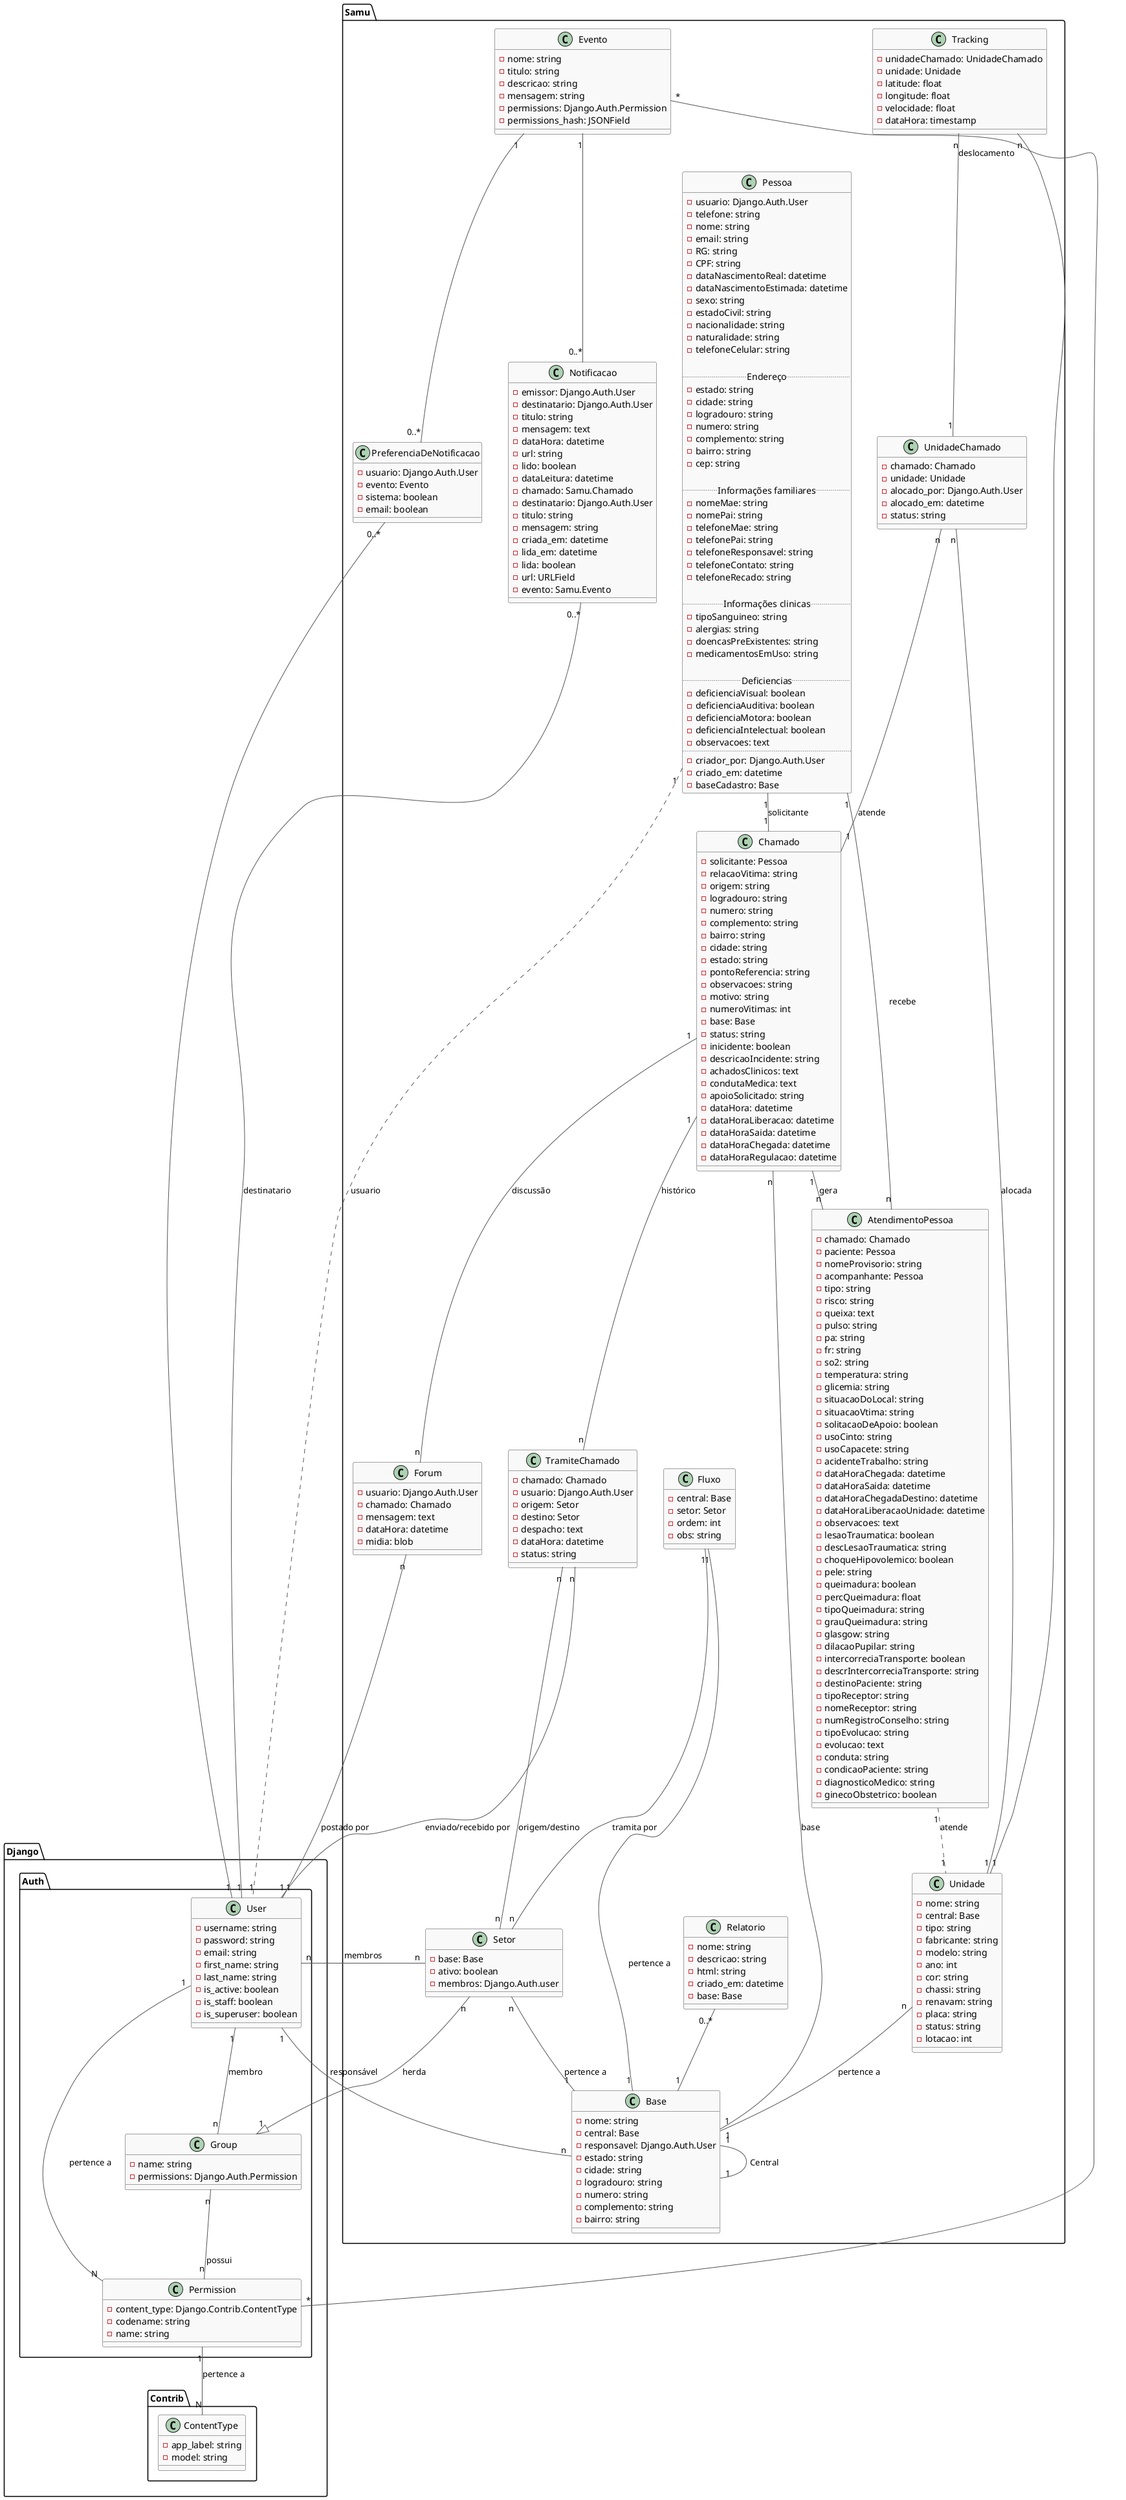
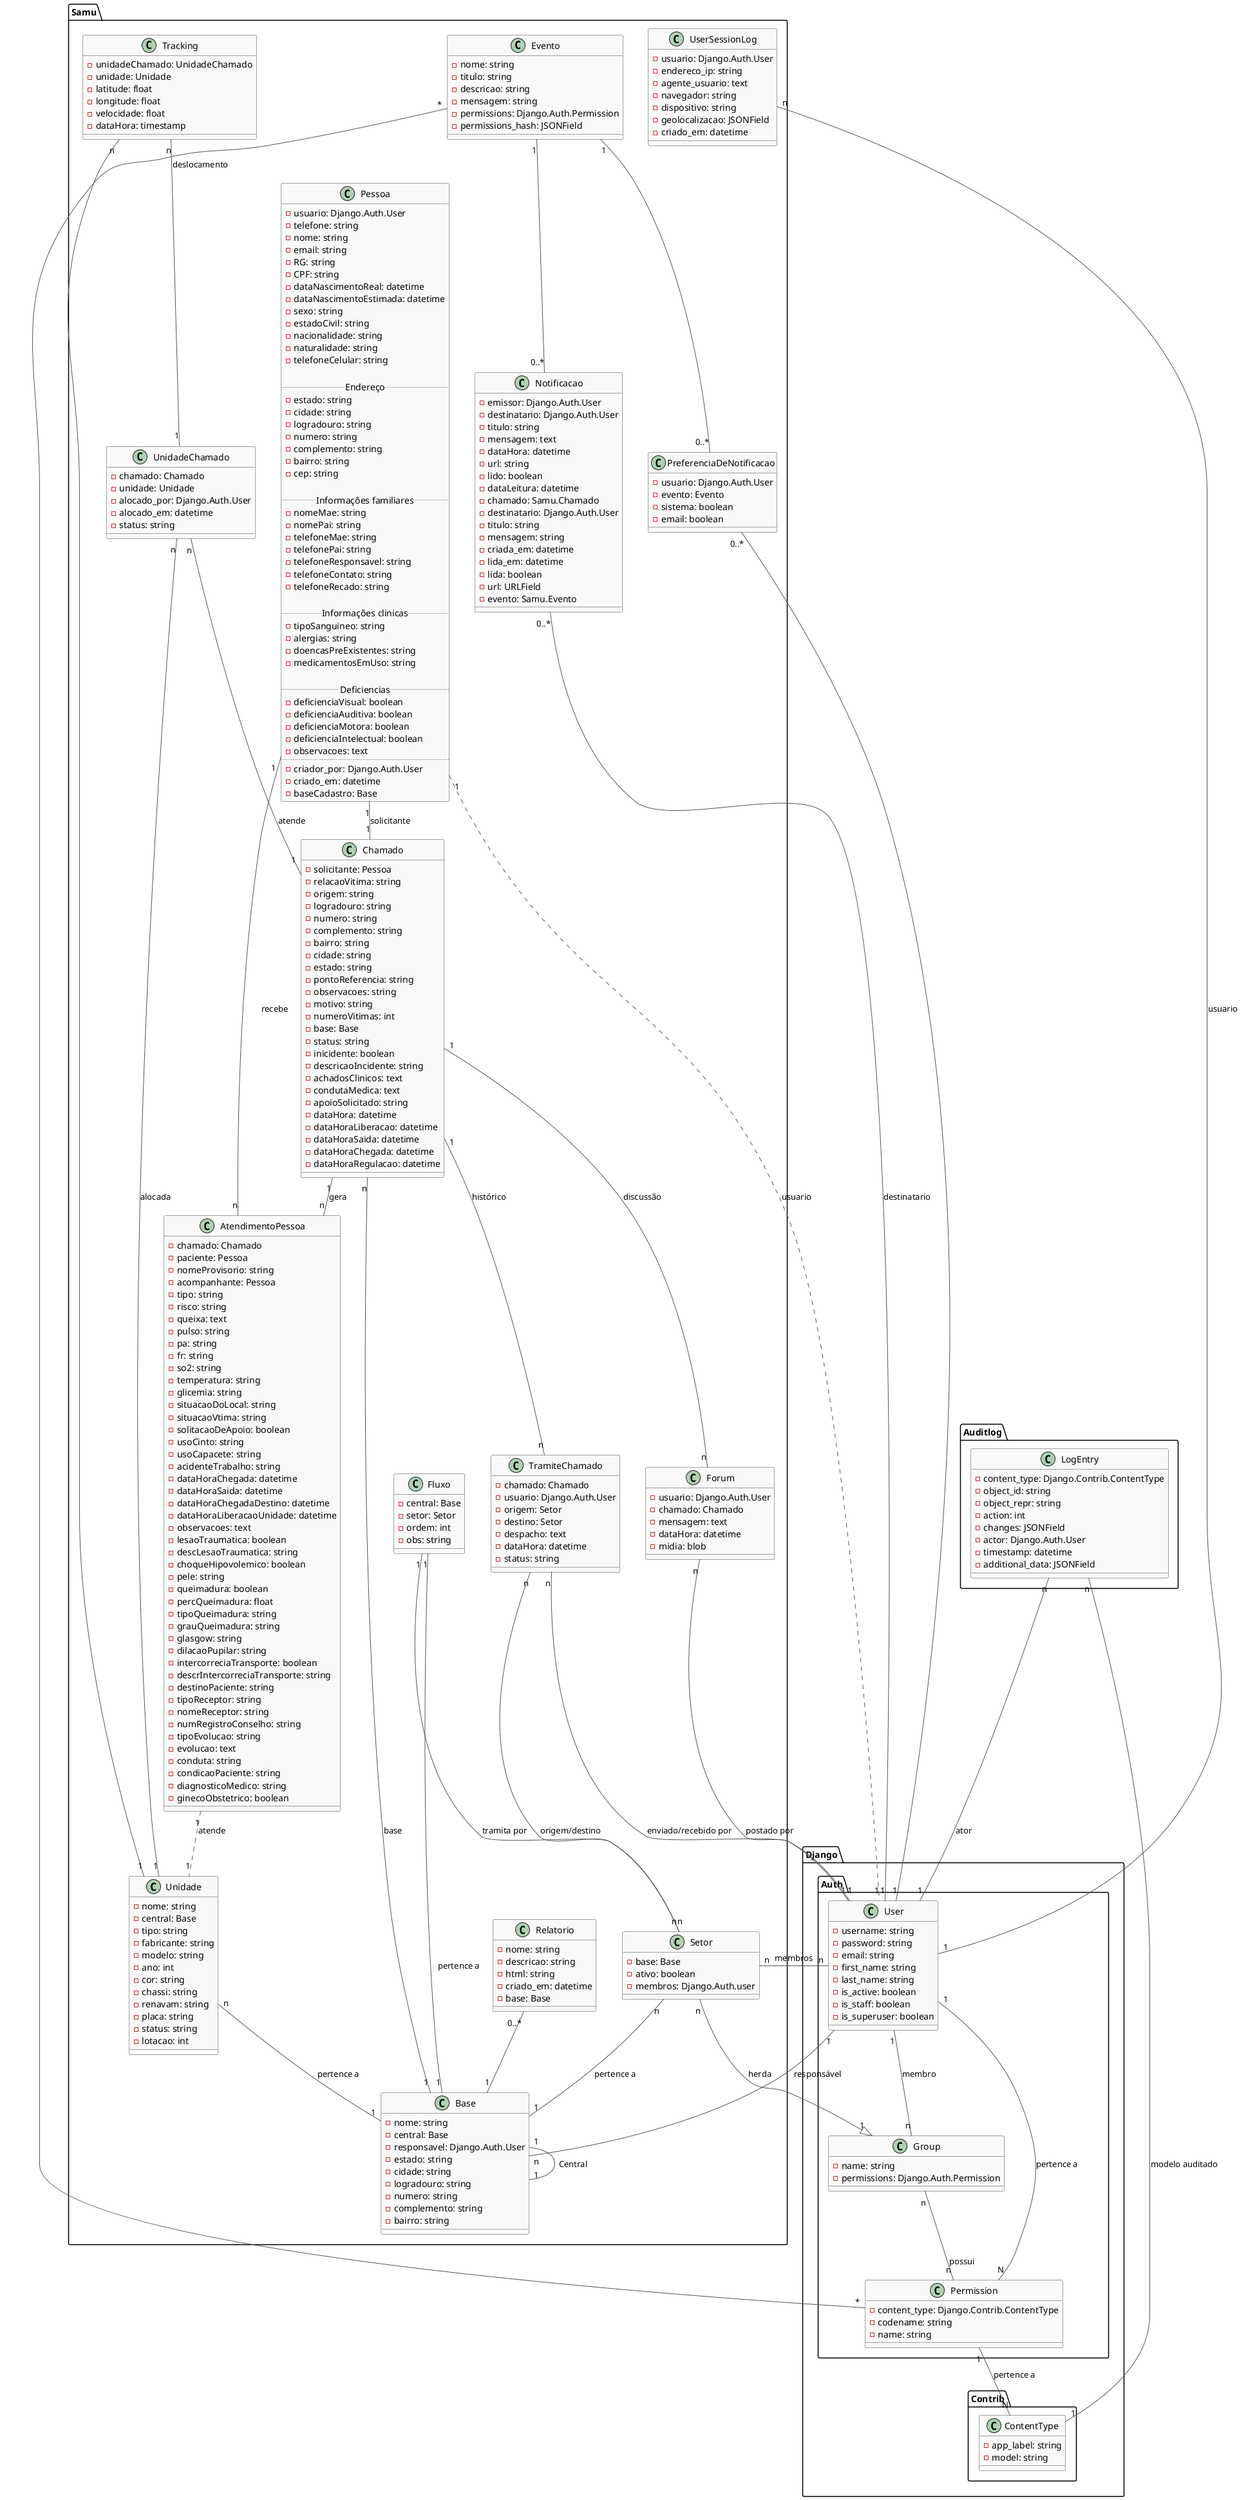
@startuml

' Configurações de estilo
skinparam classFontSize 14
skinparam nodesep 40
skinparam ranksep 40
skinparam classBackgroundColor #F9F9F9
skinparam classBorderColor #444444
skinparam classArrowColor #555555
skinparam noteBackgroundColor #FFF9C4
skinparam noteBorderColor #E0E0E0
skinparam noteFontSize 12

' Classes principais
class Samu.Base {
    - nome: string
    - central: Base
    - responsavel: Django.Auth.User
    - estado: string
    - cidade: string
    - logradouro: string
    - numero: string
    - complemento: string
    - bairro: string
}

class Samu.Setor {
    - base: Base
    - ativo: boolean
    - membros: Django.Auth.user
}

class Samu.Notificacao {
    - emissor: Django.Auth.User
    - destinatario: Django.Auth.User
    - titulo: string
    - mensagem: text
    - dataHora: datetime
    - url: string
    - lido: boolean
    - dataLeitura: datetime
    - chamado: Samu.Chamado
}

class Samu.Pessoa {
    - usuario: Django.Auth.User
    - telefone: string
    - nome: string
    - email: string
    - RG: string
    - CPF: string
    - dataNascimentoReal: datetime
    - dataNascimentoEstimada: datetime
    - sexo: string
    - estadoCivil: string
    - nacionalidade: string
    - naturalidade: string
    - telefoneCelular: string

    ..Endereço..
    - estado: string
    - cidade: string
    - logradouro: string
    - numero: string
    - complemento: string
    - bairro: string
    - cep: string

    ..Informações familiares..
    - nomeMae: string
    - nomePai: string
    - telefoneMae: string
    - telefonePai: string
    - telefoneResponsavel: string
    - telefoneContato: string
    - telefoneRecado: string

    ..Informações clinicas..
    - tipoSanguineo: string
    - alergias: string
    - doencasPreExistentes: string
    - medicamentosEmUso: string

    ..Deficiencias..
    - deficienciaVisual: boolean
    - deficienciaAuditiva: boolean
    - deficienciaMotora: boolean
    - deficienciaIntelectual: boolean
    - observacoes: text
    ....
    - criador_por: Django.Auth.User
    - criado_em: datetime
    - baseCadastro: Base
}

class Samu.AtendimentoPessoa {
    - chamado: Chamado
    - paciente: Pessoa
    - nomeProvisorio: string
    - acompanhante: Pessoa
    - tipo: string
    - risco: string
    - queixa: text
    - pulso: string
    - pa: string
    - fr: string
    - so2: string
    - temperatura: string
    - glicemia: string
    - situacaoDoLocal: string
    - situacaoVtima: string
    - solitacaoDeApoio: boolean
    - usoCinto: string
    - usoCapacete: string
    - acidenteTrabalho: string
    - dataHoraChegada: datetime
    - dataHoraSaida: datetime
    - dataHoraChegadaDestino: datetime
    - dataHoraLiberacaoUnidade: datetime
    - observacoes: text
    - lesaoTraumatica: boolean
    - descLesaoTraumatica: string
    - choqueHipovolemico: boolean
    - pele: string
    - queimadura: boolean
    - percQueimadura: float
    - tipoQueimadura: string
    - grauQueimadura: string
    - glasgow: string
    - dilacaoPupilar: string
    - intercorreciaTransporte: boolean
    - descrIntercorreciaTransporte: string
    - destinoPaciente: string
    - tipoReceptor: string
    - nomeReceptor: string
    - numRegistroConselho: string
    - tipoEvolucao: string
    - evolucao: text
    - conduta: string
    - condicaoPaciente: string
    - diagnosticoMedico: string
    - ginecoObstetrico: boolean
}

class Samu.Chamado {
    - solicitante: Pessoa
    - relacaoVitima: string
    - origem: string
    - logradouro: string
    - numero: string
    - complemento: string
    - bairro: string
    - cidade: string
    - estado: string
    - pontoReferencia: string
    - observacoes: string
    - motivo: string
    - numeroVitimas: int
    - base: Base
    - status: string
    - inicidente: boolean
    - descricaoIncidente: string
    - achadosClinicos: text
    - condutaMedica: text
    - apoioSolicitado: string
    - dataHora: datetime
    - dataHoraLiberacao: datetime
    - dataHoraSaida: datetime
    - dataHoraChegada: datetime
    - dataHoraRegulacao: datetime
}

class Samu.Forum {
    - usuario: Django.Auth.User
    - chamado: Chamado
    - mensagem: text
    - dataHora: datetime
    - midia: blob
}

class Samu.TramiteChamado {
    - chamado: Chamado
    - usuario: Django.Auth.User
    - origem: Setor
    - destino: Setor
    - despacho: text
    - dataHora: datetime
    - status: string
}

class Samu.Unidade {
    - nome: string
    - central: Base
    - tipo: string
    - fabricante: string
    - modelo: string
    - ano: int
    - cor: string
    - chassi: string
    - renavam: string
    - placa: string
    - status: string
    - lotacao: int
}

class Samu.Fluxo {
    - central: Base
    - setor: Setor
    - ordem: int
    - obs: string
}

class Samu.UnidadeChamado {
    - chamado: Chamado
    - unidade: Unidade
    - alocado_por: Django.Auth.User
    - alocado_em: datetime
    - status: string
}

class Samu.Tracking {
    - unidadeChamado: UnidadeChamado
    - unidade: Unidade
    - latitude: float
    - longitude: float
    - velocidade: float
    - dataHora: timestamp
}

class Samu.Evento {
    - nome: string
    - titulo: string
    - descricao: string
    - mensagem: string
    - permissions: Django.Auth.Permission
    - permissions_hash: JSONField
}

class Samu.Notificacao {
    - destinatario: Django.Auth.User
    - titulo: string
    - mensagem: string
    - criada_em: datetime
    - lida_em: datetime
    - lida: boolean
    - url: URLField
	- evento: Samu.Evento
}

class Samu.PreferenciaDeNotificacao {
    - usuario: Django.Auth.User
    - evento: Evento
    - sistema: boolean
    - email: boolean
}

class Samu.Relatorio {
    - nome: string
    - descricao: string
    - html: string
    - criado_em: datetime
    - base: Base
}

+ class Samu.UserSessionLog {
+     - usuario: Django.Auth.User
+     - endereco_ip: string
+     - agente_usuario: text
+     - navegador: string
+     - dispositivo: string
+     - geolocalizacao: JSONField
+     - criado_em: datetime
+ }
+ 
' Relacionamentos
' Herdado do Django.Auth.User
class Django.Auth.User {
    - username: string
    - password: string
    - email: string
    - first_name: string
    - last_name: string
    - is_active: boolean
    - is_staff: boolean
    - is_superuser: boolean
}
class Django.Auth.Group {
    - name: string
    - permissions: Django.Auth.Permission
}
class Django.Auth.Permission {
    - content_type: Django.Contrib.ContentType
    - codename: string
    - name: string
}
class Django.Contrib.ContentType {
    - app_label: string
    - model: string
}
+ class Auditlog.LogEntry {
+     - content_type: Django.Contrib.ContentType
+     - object_id: string
+     - object_repr: string
+     - action: int
+     - changes: JSONField
+     - actor: Django.Auth.User
+     - timestamp: datetime
+     - additional_data: JSONField
+ }

' Relacionamentos
Django.Auth.User "1" -- "n" Django.Auth.Group : "membro"
Django.Auth.Group "n" -- "n" Django.Auth.Permission : "possui"
Django.Auth.Permission "1" -- "N" Django.Contrib.ContentType : "pertence a"
Django.Auth.Permission "N" -- "1" Django.Auth.User : "pertence a"

Django.Auth.User "n" -- "n" Setor : "membros"

Base "1" -- "1" Base : "Central"
Base "n" -- "1" Django.Auth.User : "responsável"

Setor "n" -- "1" Base : "pertence a"
Setor "n" --|> "1" Django.Auth.Group : "herda"


Pessoa "1" -- "n" AtendimentoPessoa : "recebe"
Pessoa "1" -- "1" Chamado : "solicitante"
Pessoa "1" .. "1" Django.Auth.User : "usuario"

Chamado "1" -- "n" AtendimentoPessoa : "gera"
Chamado "n" -- "1" Base : "base"
Chamado "1" -- "n" Forum : "discussão"
Chamado "1" -- "n" TramiteChamado : "histórico"

Fluxo "1" -- "1" Base : "pertence a"
Fluxo "1" -- "n" Setor : "tramita por"

Tracking "n" -- "1" UnidadeChamado : "deslocamento"
Tracking "n" -- "1" Unidade

Forum "n" -- "1" Django.Auth.User : "postado por"

TramiteChamado "n" -- "1" Django.Auth.User : "enviado/recebido por"
TramiteChamado "n" -- "n" Setor : "origem/destino"

Unidade "n" -- "1" Base : "pertence a"
UnidadeChamado "n" -- "1" Chamado : "atende"
UnidadeChamado "n" -- "1" Unidade : "alocada"

AtendimentoPessoa "1" .. "1" Unidade : "atende"

Evento "1" -- "0..*" PreferenciaDeNotificacao
Evento "1" -- "0..*" Notificacao
Evento "*" -- "*" Django.Auth.Permission
User "1" -- "0..*" PreferenciaDeNotificacao
Notificacao "0..*" -- "1" Django.Auth.User : destinatario

Relatorio "0..*" -- "1" Base

+ UserSessionLog "n" -- "1" Django.Auth.User : "usuario"
+ Auditlog.LogEntry "n" -- "1" Django.Auth.User : "ator"
+ Auditlog.LogEntry "n" -- "1" Django.Contrib.ContentType : "modelo auditado"
+ 
@enduml